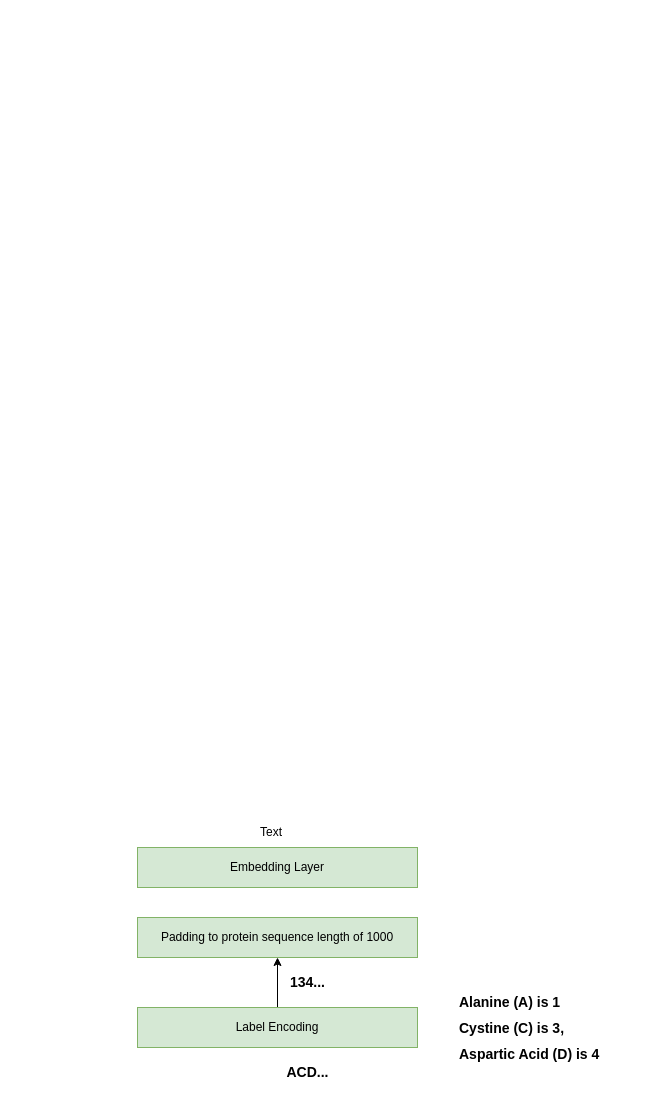
Above: URV deliverable/Protein branch.drawio in YoussefEzz/GraphDTA_forked (draw.io), before the change. Source tidied: cells renumbered, new cells numbered last; positions are measured from the earlier drawing's top-left corner, leaving out a move shared by most shapes. Both pictures are drawn from the tidied source at 100%, with x=0, y=0 at pixel (137, 817).
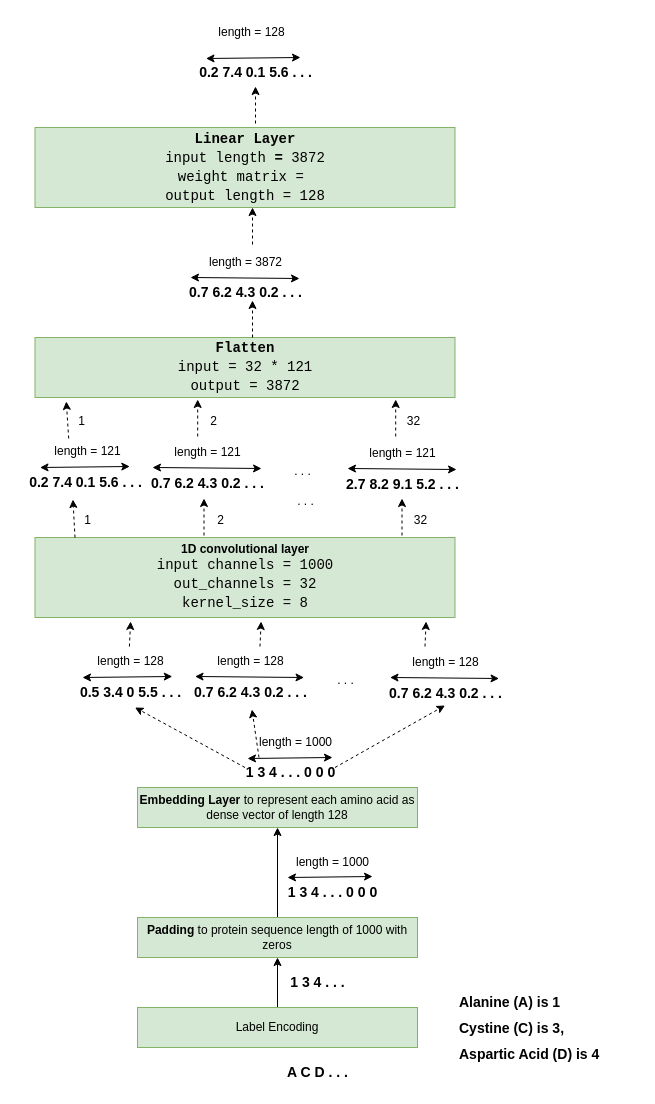
The same page after the edit.

Diff of the diagram source:
```diff
@@
+    <mxCell id="10" style="edgeStyle=orthogonalEdgeStyle;rounded=0;jettySize=auto;html=1;exitX=0.5;exitY=0;exitDx=0;exitDy=0;entryX=0.5;entryY=1;entryDx=0;entryDy=0;" parent="1" edge="1" source="4" target="9">
+      <mxGeometry relative="1" as="geometry" />
+    </mxCell>
-    <mxCell id="4" value="Padding to protein sequence length of 1000" style="rounded=0;whiteSpace=wrap;html=1;fillColor=#d5e8d4;strokeColor=#82b366;" parent="1" vertex="1">
+    <mxCell id="4" value="&lt;b&gt;Padding&lt;/b&gt; to protein sequence length of 1000 with zeros" style="rounded=0;whiteSpace=wrap;html=1;fillColor=#d5e8d4;strokeColor=#82b366;" parent="1" vertex="1">
       <mxGeometry y="100" width="280" height="40" as="geometry" />
     </mxCell>
-    <mxCell id="5" value="Text" style="text;html=1;align=center;verticalAlign=middle;whiteSpace=wrap;rounded=0;" parent="1" vertex="1">
-      <mxGeometry x="104" width="60" height="30" as="geometry" />
-    </mxCell>
-    <mxCell id="6" value="ACD..." style="text;html=1;align=center;verticalAlign=middle;strokeColor=none;fillColor=none;fontSize=14;fontStyle=1;" parent="1" vertex="1">
-      <mxGeometry x="140" y="240" width="60" height="30" as="geometry" />
+    <mxCell id="6" value="A C D . . ." style="text;html=1;align=center;verticalAlign=middle;strokeColor=none;fillColor=none;fontSize=14;fontStyle=1;" parent="1" vertex="1">
+      <mxGeometry x="140" y="240" width="80" height="30" as="geometry" />
     </mxCell>
@@
-    <mxCell id="8" value="134..." style="text;html=1;align=center;verticalAlign=middle;strokeColor=none;fillColor=none;fontSize=14;fontStyle=1;" parent="1" vertex="1">
-      <mxGeometry x="140" y="150" width="60" height="30" as="geometry" />
+    <mxCell id="8" value="1 3 4 . . ." style="text;html=1;align=center;verticalAlign=middle;strokeColor=none;fillColor=none;fontSize=14;fontStyle=1;" parent="1" vertex="1">
+      <mxGeometry x="140" y="150" width="80" height="30" as="geometry" />
     </mxCell>
-    <mxCell id="9" value="Embedding Layer" style="rounded=0;whiteSpace=wrap;html=1;fillColor=#d5e8d4;strokeColor=#82b366;" parent="1" vertex="1">
-      <mxGeometry y="30" width="280" height="40" as="geometry" />
+    <mxCell id="9" value="&lt;b&gt;Embedding Layer &lt;/b&gt;to represent each amino acid as dense vector of length 128" style="rounded=0;whiteSpace=wrap;html=1;fillColor=#d5e8d4;strokeColor=#82b366;" parent="1" vertex="1">
+      <mxGeometry y="-30" width="280" height="40" as="geometry" />
     </mxCell>
+    <mxCell id="11" value="1 3 4 . . . 0 0 0" style="text;html=1;align=center;verticalAlign=middle;points=[];strokeColor=none;fillColor=none;fontSize=14;fontStyle=1;" parent="1" vertex="1">
+      <mxGeometry x="140" y="60" width="110" height="30" as="geometry" />
+    </mxCell>
+    <mxCell id="12" style="endArrow=classic;startArrow=classic;html=1;rounded=0;entryX=0.864;entryY=-0.033;entryDx=0;entryDy=0;entryPerimeter=0;" parent="1" edge="1" target="11">
+      <mxGeometry relative="1" as="geometry">
+        <mxPoint x="150" y="60" as="sourcePoint" />
+      </mxGeometry>
+    </mxCell>
+    <mxCell id="13" value="length = 1000" style="text;html=1;align=center;verticalAlign=middle;strokeColor=none;fillColor=none;" parent="1" vertex="1">
+      <mxGeometry x="145" y="30" width="100" height="30" as="geometry" />
+    </mxCell>
+    <mxCell id="14" style="endArrow=classic;html=1;rounded=0;dashed=1;" parent="1" edge="1">
+      <mxGeometry relative="1" as="geometry">
+        <mxPoint x="107.5" y="-50" as="sourcePoint" />
+        <mxPoint x="-2.5" y="-110" as="targetPoint" />
+      </mxGeometry>
+    </mxCell>
+    <mxCell id="15" value="1 3 4 . . . 0 0 0" style="text;html=1;align=center;verticalAlign=middle;strokeColor=none;fillColor=none;fontSize=14;fontStyle=1;" parent="1" vertex="1">
+      <mxGeometry x="97.5" y="-60" width="110" height="30" as="geometry" />
+    </mxCell>
+    <mxCell id="16" value="0.5 3.4 0 5.5 . . ." style="text;html=1;align=center;verticalAlign=middle;strokeColor=none;fillColor=none;fontSize=14;fontStyle=1;" parent="1" vertex="1">
+      <mxGeometry x="-67.5" y="-140" width="120" height="30" as="geometry" />
+    </mxCell>
+    <mxCell id="17" value="length = 1000" style="text;html=1;align=center;verticalAlign=middle;strokeColor=none;fillColor=none;" parent="1" vertex="1">
+      <mxGeometry x="107.5" y="-90" width="100" height="30" as="geometry" />
+    </mxCell>
+    <mxCell id="18" style="endArrow=classic;startArrow=classic;html=1;rounded=0;entryX=0.864;entryY=-0.033;entryDx=0;entryDy=0;entryPerimeter=0;" parent="1" edge="1">
+      <mxGeometry relative="1" as="geometry">
+        <mxPoint x="110" y="-59" as="sourcePoint" />
+        <mxPoint x="195" y="-60" as="targetPoint" />
+      </mxGeometry>
+    </mxCell>
+    <mxCell id="19" value="length = 128" style="text;html=1;align=center;verticalAlign=middle;points=[];strokeColor=none;fillColor=none;" parent="1" vertex="1">
+      <mxGeometry x="-52.5" y="-171" width="90" height="30" as="geometry" />
+    </mxCell>
+    <mxCell id="20" style="endArrow=classic;startArrow=classic;html=1;rounded=0;entryX=0.97;entryY=1;entryDx=0;entryDy=0;entryPerimeter=0;" parent="1" edge="1" target="19">
+      <mxGeometry relative="1" as="geometry">
+        <mxPoint x="-55" y="-140" as="sourcePoint" />
+      </mxGeometry>
+    </mxCell>
+    <mxCell id="21" style="endArrow=classic;html=1;rounded=0;dashed=1;entryX=0.514;entryY=1.067;entryDx=0;entryDy=0;entryPerimeter=0;" parent="1" edge="1" target="22">
+      <mxGeometry relative="1" as="geometry">
+        <mxPoint x="121.5" y="-60" as="sourcePoint" />
+      </mxGeometry>
+    </mxCell>
+    <mxCell id="22" value="0.7 6.2 4.3 0.2 . . ." style="text;html=1;align=center;verticalAlign=middle;points=[];strokeColor=none;fillColor=none;fontSize=14;fontStyle=1;" parent="1" vertex="1">
+      <mxGeometry x="42.5" y="-140" width="140" height="30" as="geometry" />
+    </mxCell>
+    <mxCell id="23" value="length = 128" style="text;html=1;align=center;verticalAlign=middle;points=[];strokeColor=none;fillColor=none;" parent="1" vertex="1">
+      <mxGeometry x="67.5" y="-171" width="90" height="30" as="geometry" />
+    </mxCell>
+    <mxCell id="24" style="endArrow=classic;startArrow=classic;html=1;rounded=0;entryX=0.886;entryY=0;entryDx=0;entryDy=0;entryPerimeter=0;" parent="1" edge="1" target="22">
+      <mxGeometry relative="1" as="geometry">
+        <mxPoint x="57.5" y="-141" as="sourcePoint" />
+      </mxGeometry>
+    </mxCell>
+    <mxCell id="25" value=". . ." style="text;html=1;align=center;verticalAlign=middle;strokeColor=none;fillColor=none;" parent="1" vertex="1">
+      <mxGeometry x="187.5" y="-152" width="40" height="30" as="geometry" />
+    </mxCell>
+    <mxCell id="26" value="0.7 6.2 4.3 0.2 . . ." style="text;html=1;align=center;verticalAlign=middle;points=[];strokeColor=none;fillColor=none;fontSize=14;fontStyle=1;" parent="1" vertex="1">
+      <mxGeometry x="237.5" y="-139" width="140" height="30" as="geometry" />
+    </mxCell>
+    <mxCell id="27" value="length = 128" style="text;html=1;align=center;verticalAlign=middle;strokeColor=none;fillColor=none;" parent="1" vertex="1">
+      <mxGeometry x="262.5" y="-170" width="90" height="30" as="geometry" />
+    </mxCell>
+    <mxCell id="28" style="endArrow=classic;startArrow=classic;html=1;rounded=0;entryX=0.886;entryY=0;entryDx=0;entryDy=0;entryPerimeter=0;" parent="1" edge="1" target="26">
+      <mxGeometry relative="1" as="geometry">
+        <mxPoint x="252.5" y="-140" as="sourcePoint" />
+      </mxGeometry>
+    </mxCell>
+    <mxCell id="29" style="endArrow=classic;html=1;rounded=0;dashed=1;entryX=0.5;entryY=0.9;entryDx=0;entryDy=0;entryPerimeter=0;" parent="1" edge="1" target="26">
+      <mxGeometry relative="1" as="geometry">
+        <mxPoint x="197.5" y="-50" as="sourcePoint" />
+      </mxGeometry>
+    </mxCell>
+    <mxCell id="30" value="&lt;b&gt;1D convolutional layer&lt;/b&gt;&lt;div&gt;&lt;div style=&quot;font-family: Consolas, &amp;quot;Courier New&amp;quot;, monospace; font-size: 14px; line-height: 19px; white-space: pre;&quot;&gt;&lt;font color=&quot;#050505&quot;&gt;input channels = 1000&lt;/font&gt;&lt;/div&gt;&lt;div style=&quot;font-family: Consolas, &amp;quot;Courier New&amp;quot;, monospace; font-size: 14px; line-height: 19px; white-space: pre;&quot;&gt;&lt;font color=&quot;#050505&quot;&gt;out_channels = 32&lt;/font&gt;&lt;/div&gt;&lt;div style=&quot;font-family: Consolas, &amp;quot;Courier New&amp;quot;, monospace; font-size: 14px; line-height: 19px; white-space: pre;&quot;&gt;&lt;font color=&quot;#050505&quot;&gt;kernel_size = 8&lt;/font&gt;&lt;/div&gt;&lt;/div&gt;" style="rounded=0;whiteSpace=wrap;html=1;fillColor=#d5e8d4;strokeColor=#82b366;" parent="1" vertex="1">
+      <mxGeometry x="-102.5" y="-280" width="420" height="80" as="geometry" />
+    </mxCell>
+    <mxCell id="31" style="endArrow=classic;html=1;rounded=0;dashed=1;entryX=0.508;entryY=1.1;entryDx=0;entryDy=0;entryPerimeter=0;exitX=0.611;exitY=0;exitDx=0;exitDy=0;exitPerimeter=0;" parent="1" edge="1" source="23">
+      <mxGeometry relative="1" as="geometry">
+        <mxPoint x="123.6" y="-196" as="targetPoint" />
+      </mxGeometry>
+    </mxCell>
+    <mxCell id="32" style="endArrow=classic;html=1;rounded=0;dashed=1;entryX=0.508;entryY=1.1;entryDx=0;entryDy=0;entryPerimeter=0;exitX=0.611;exitY=0;exitDx=0;exitDy=0;exitPerimeter=0;" parent="1" edge="1">
+      <mxGeometry relative="1" as="geometry">
+        <mxPoint x="-8.1" y="-171" as="sourcePoint" />
+        <mxPoint x="-6.9" y="-196" as="targetPoint" />
+      </mxGeometry>
+    </mxCell>
+    <mxCell id="33" style="endArrow=classic;html=1;rounded=0;dashed=1;entryX=0.508;entryY=1.1;entryDx=0;entryDy=0;entryPerimeter=0;exitX=0.611;exitY=0;exitDx=0;exitDy=0;exitPerimeter=0;" parent="1" edge="1">
+      <mxGeometry relative="1" as="geometry">
+        <mxPoint x="287.5" y="-171" as="sourcePoint" />
+        <mxPoint x="288.6" y="-196" as="targetPoint" />
+      </mxGeometry>
+    </mxCell>
+    <mxCell id="34" value="0.2 7.4 0.1 5.6 . . .&amp;nbsp;" style="text;html=1;align=center;verticalAlign=middle;points=[];strokeColor=none;fillColor=none;fontSize=14;fontStyle=1;" parent="1" vertex="1">
+      <mxGeometry x="-120" y="-350" width="140" height="30" as="geometry" />
+    </mxCell>
+    <mxCell id="35" value="length = 121" style="text;html=1;align=center;verticalAlign=middle;points=[];strokeColor=none;fillColor=none;" parent="1" vertex="1">
+      <mxGeometry x="-95" y="-381" width="90" height="30" as="geometry" />
+    </mxCell>
+    <mxCell id="36" style="endArrow=classic;startArrow=classic;html=1;rounded=0;entryX=0.97;entryY=1;entryDx=0;entryDy=0;entryPerimeter=0;" parent="1" edge="1" target="35">
+      <mxGeometry relative="1" as="geometry">
+        <mxPoint x="-97.5" y="-350" as="sourcePoint" />
+      </mxGeometry>
+    </mxCell>
+    <mxCell id="37" value="0.7 6.2 4.3 0.2 . . ." style="text;html=1;align=center;verticalAlign=middle;points=[];strokeColor=none;fillColor=none;fontSize=14;fontStyle=1;" parent="1" vertex="1">
+      <mxGeometry y="-349" width="140" height="30" as="geometry" />
+    </mxCell>
+    <mxCell id="38" value="length = 121" style="text;html=1;align=center;verticalAlign=middle;strokeColor=none;fillColor=none;" parent="1" vertex="1">
+      <mxGeometry x="25" y="-380" width="90" height="30" as="geometry" />
+    </mxCell>
+    <mxCell id="39" style="endArrow=classic;startArrow=classic;html=1;rounded=0;entryX=0.886;entryY=0;entryDx=0;entryDy=0;entryPerimeter=0;" parent="1" edge="1" target="37">
+      <mxGeometry relative="1" as="geometry">
+        <mxPoint x="15" y="-350" as="sourcePoint" />
+      </mxGeometry>
+    </mxCell>
+    <mxCell id="40" value=". . ." style="text;html=1;align=center;verticalAlign=middle;strokeColor=none;fillColor=none;" parent="1" vertex="1">
+      <mxGeometry x="145" y="-361" width="40" height="30" as="geometry" />
+    </mxCell>
+    <mxCell id="41" value="2.7 8.2 9.1 5.2 . . ." style="text;html=1;align=center;verticalAlign=middle;points=[];strokeColor=none;fillColor=none;fontSize=14;fontStyle=1;" parent="1" vertex="1">
+      <mxGeometry x="195" y="-348" width="140" height="30" as="geometry" />
+    </mxCell>
+    <mxCell id="42" value="length = 121" style="text;html=1;align=center;verticalAlign=middle;strokeColor=none;fillColor=none;" parent="1" vertex="1">
+      <mxGeometry x="220" y="-379" width="90" height="30" as="geometry" />
+    </mxCell>
+    <mxCell id="43" style="endArrow=classic;startArrow=classic;html=1;rounded=0;entryX=0.886;entryY=0;entryDx=0;entryDy=0;entryPerimeter=0;" parent="1" edge="1" target="41">
+      <mxGeometry relative="1" as="geometry">
+        <mxPoint x="210" y="-349" as="sourcePoint" />
+      </mxGeometry>
+    </mxCell>
+    <mxCell id="44" style="endArrow=classic;html=1;rounded=0;dashed=1;entryX=0.396;entryY=1.067;entryDx=0;entryDy=0;entryPerimeter=0;exitX=0.611;exitY=0;exitDx=0;exitDy=0;exitPerimeter=0;" parent="1" edge="1" target="34">
+      <mxGeometry relative="1" as="geometry">
+        <mxPoint x="-62.5" y="-280" as="sourcePoint" />
+      </mxGeometry>
+    </mxCell>
+    <mxCell id="45" style="endArrow=classic;html=1;rounded=0;dashed=1;entryX=0.396;entryY=1.067;entryDx=0;entryDy=0;entryPerimeter=0;exitX=0.611;exitY=0;exitDx=0;exitDy=0;exitPerimeter=0;" parent="1" edge="1">
+      <mxGeometry relative="1" as="geometry">
+        <mxPoint x="66.5" y="-282" as="sourcePoint" />
+        <mxPoint x="66.5" y="-319" as="targetPoint" />
+      </mxGeometry>
+    </mxCell>
+    <mxCell id="46" style="endArrow=classic;html=1;rounded=0;dashed=1;entryX=0.396;entryY=1.067;entryDx=0;entryDy=0;entryPerimeter=0;exitX=0.611;exitY=0;exitDx=0;exitDy=0;exitPerimeter=0;" parent="1" edge="1">
+      <mxGeometry relative="1" as="geometry">
+        <mxPoint x="264.5" y="-282" as="sourcePoint" />
+        <mxPoint x="264.5" y="-319" as="targetPoint" />
+      </mxGeometry>
+    </mxCell>
+    <mxCell id="47" value=". . ." style="text;html=1;align=center;verticalAlign=middle;strokeColor=none;fillColor=none;" parent="1" vertex="1">
+      <mxGeometry x="147.5" y="-331" width="40" height="30" as="geometry" />
+    </mxCell>
+    <mxCell id="48" value="1" style="text;html=1;align=center;verticalAlign=middle;strokeColor=none;fillColor=none;" parent="1" vertex="1">
+      <mxGeometry x="-65" y="-312" width="30" height="30" as="geometry" />
+    </mxCell>
+    <mxCell id="49" value="2" style="text;html=1;align=center;verticalAlign=middle;strokeColor=none;fillColor=none;" parent="1" vertex="1">
+      <mxGeometry x="67.5" y="-312" width="30" height="30" as="geometry" />
+    </mxCell>
+    <mxCell id="50" value="32" style="text;html=1;align=center;verticalAlign=middle;strokeColor=none;fillColor=none;" parent="1" vertex="1">
+      <mxGeometry x="262.5" y="-312" width="40" height="30" as="geometry" />
+    </mxCell>
+    <mxCell id="51" value="&lt;div&gt;&lt;div style=&quot;font-family: Consolas, &amp;quot;Courier New&amp;quot;, monospace; font-size: 14px; line-height: 19px; white-space: pre;&quot;&gt;&lt;b&gt;&lt;br&gt;&lt;/b&gt;&lt;/div&gt;&lt;div style=&quot;font-family: Consolas, &amp;quot;Courier New&amp;quot;, monospace; font-size: 14px; line-height: 19px; white-space: pre;&quot;&gt;&lt;b&gt;Linear Layer&lt;/b&gt;&lt;/div&gt;&lt;/div&gt;&lt;div style=&quot;font-family: Consolas, &amp;quot;Courier New&amp;quot;, monospace; font-size: 14px; line-height: 19px; white-space: pre;&quot;&gt;input&lt;b&gt; &lt;/b&gt;length&lt;b&gt; =&lt;/b&gt; 3872&lt;/div&gt;&lt;div style=&quot;font-family: Consolas, &amp;quot;Courier New&amp;quot;, monospace; font-size: 14px; line-height: 19px; white-space: pre;&quot;&gt;weight matrix = &lt;/div&gt;&lt;div style=&quot;font-family: Consolas, &amp;quot;Courier New&amp;quot;, monospace; font-size: 14px; line-height: 19px; white-space: pre;&quot;&gt;output length = 128&lt;/div&gt;&lt;div style=&quot;font-family: Consolas, &amp;quot;Courier New&amp;quot;, monospace; font-size: 14px; line-height: 19px; white-space: pre;&quot;&gt;&lt;br&gt;&lt;/div&gt;" style="rounded=0;whiteSpace=wrap;html=1;fillColor=#d5e8d4;strokeColor=#82b366;" parent="1" vertex="1">
+      <mxGeometry x="-102.5" y="-690" width="420" height="80" as="geometry" />
+    </mxCell>
+    <mxCell id="52" style="endArrow=classic;html=1;rounded=0;dashed=1;entryX=0.396;entryY=1.067;entryDx=0;entryDy=0;entryPerimeter=0;exitX=0.611;exitY=0;exitDx=0;exitDy=0;exitPerimeter=0;" parent="1" edge="1">
+      <mxGeometry relative="1" as="geometry">
+        <mxPoint x="-68.8" y="-379" as="sourcePoint" />
+        <mxPoint x="-71.2" y="-416" as="targetPoint" />
+      </mxGeometry>
+    </mxCell>
+    <mxCell id="53" style="endArrow=classic;html=1;rounded=0;dashed=1;entryX=0.396;entryY=1.067;entryDx=0;entryDy=0;entryPerimeter=0;exitX=0.611;exitY=0;exitDx=0;exitDy=0;exitPerimeter=0;" parent="1" edge="1">
+      <mxGeometry relative="1" as="geometry">
+        <mxPoint x="60.2" y="-381" as="sourcePoint" />
+        <mxPoint x="60.2" y="-418" as="targetPoint" />
+      </mxGeometry>
+    </mxCell>
+    <mxCell id="54" style="endArrow=classic;html=1;rounded=0;dashed=1;entryX=0.396;entryY=1.067;entryDx=0;entryDy=0;entryPerimeter=0;exitX=0.611;exitY=0;exitDx=0;exitDy=0;exitPerimeter=0;" parent="1" edge="1">
+      <mxGeometry relative="1" as="geometry">
+        <mxPoint x="258.2" y="-381" as="sourcePoint" />
+        <mxPoint x="258.2" y="-418" as="targetPoint" />
+      </mxGeometry>
+    </mxCell>
+    <mxCell id="55" value="1" style="text;html=1;align=center;verticalAlign=middle;strokeColor=none;fillColor=none;" parent="1" vertex="1">
+      <mxGeometry x="-71.2" y="-411" width="30" height="30" as="geometry" />
+    </mxCell>
+    <mxCell id="56" value="2" style="text;html=1;align=center;verticalAlign=middle;strokeColor=none;fillColor=none;" parent="1" vertex="1">
+      <mxGeometry x="61.2" y="-411" width="30" height="30" as="geometry" />
+    </mxCell>
+    <mxCell id="57" value="32" style="text;html=1;align=center;verticalAlign=middle;strokeColor=none;fillColor=none;" parent="1" vertex="1">
+      <mxGeometry x="256.2" y="-411" width="40" height="30" as="geometry" />
+    </mxCell>
+    <mxCell id="58" style="endArrow=classic;html=1;rounded=0;dashed=1;entryX=0.396;entryY=1.067;entryDx=0;entryDy=0;entryPerimeter=0;exitX=0.611;exitY=0;exitDx=0;exitDy=0;exitPerimeter=0;" parent="1" edge="1">
+      <mxGeometry relative="1" as="geometry">
+        <mxPoint x="118" y="-694" as="sourcePoint" />
+        <mxPoint x="118" y="-731" as="targetPoint" />
+      </mxGeometry>
+    </mxCell>
+    <mxCell id="59" value="0.2 7.4 0.1 5.6 . . .&amp;nbsp;" style="text;html=1;align=center;verticalAlign=middle;strokeColor=none;fillColor=none;fontSize=14;fontStyle=1;" parent="1" vertex="1">
+      <mxGeometry x="50" y="-760" width="140" height="30" as="geometry" />
+    </mxCell>
+    <mxCell id="60" value="length = 128" style="text;html=1;align=center;verticalAlign=middle;strokeColor=none;fillColor=none;" parent="1" vertex="1">
+      <mxGeometry x="68.5" y="-800" width="90" height="30" as="geometry" />
+    </mxCell>
+    <mxCell id="61" style="endArrow=classic;startArrow=classic;html=1;rounded=0;entryX=0.97;entryY=1;entryDx=0;entryDy=0;entryPerimeter=0;" parent="1" edge="1">
+      <mxGeometry relative="1" as="geometry">
+        <mxPoint x="68.5" y="-759" as="sourcePoint" />
+        <mxPoint x="163" y="-760" as="targetPoint" />
+      </mxGeometry>
+    </mxCell>
+    <mxCell id="62" value="&lt;div&gt;&lt;div style=&quot;font-family: Consolas, &amp;quot;Courier New&amp;quot;, monospace; font-size: 14px; line-height: 19px; white-space: pre;&quot;&gt;&lt;b&gt;Flatten&lt;/b&gt;&lt;/div&gt;&lt;/div&gt;&lt;div style=&quot;font-family: Consolas, &amp;quot;Courier New&amp;quot;, monospace; font-size: 14px; line-height: 19px; white-space: pre;&quot;&gt;input = 32 * 121&lt;/div&gt;&lt;div style=&quot;font-family: Consolas, &amp;quot;Courier New&amp;quot;, monospace; font-size: 14px; line-height: 19px; white-space: pre;&quot;&gt;output = 3872&lt;/div&gt;" style="rounded=0;whiteSpace=wrap;html=1;fillColor=#d5e8d4;strokeColor=#82b366;" parent="1" vertex="1">
+      <mxGeometry x="-102.5" y="-480" width="420" height="60" as="geometry" />
+    </mxCell>
+    <mxCell id="63" value="0.7 6.2 4.3 0.2 . . ." style="text;html=1;align=center;verticalAlign=middle;strokeColor=none;fillColor=none;fontSize=14;fontStyle=1;" parent="1" vertex="1">
+      <mxGeometry x="38" y="-540" width="140" height="30" as="geometry" />
+    </mxCell>
+    <mxCell id="64" value="length = 3872" style="text;html=1;align=center;verticalAlign=middle;strokeColor=none;fillColor=none;" parent="1" vertex="1">
+      <mxGeometry x="58" y="-570" width="100" height="30" as="geometry" />
+    </mxCell>
+    <mxCell id="65" style="endArrow=classic;startArrow=classic;html=1;rounded=0;entryX=0.886;entryY=0;entryDx=0;entryDy=0;entryPerimeter=0;" parent="1" edge="1">
+      <mxGeometry relative="1" as="geometry">
+        <mxPoint x="53" y="-540" as="sourcePoint" />
+        <mxPoint x="162" y="-539" as="targetPoint" />
+      </mxGeometry>
+    </mxCell>
+    <mxCell id="66" style="endArrow=classic;html=1;rounded=0;dashed=1;entryX=0.396;entryY=1.067;entryDx=0;entryDy=0;entryPerimeter=0;exitX=0.611;exitY=0;exitDx=0;exitDy=0;exitPerimeter=0;" parent="1" edge="1">
+      <mxGeometry relative="1" as="geometry">
+        <mxPoint x="115" y="-573" as="sourcePoint" />
+        <mxPoint x="115" y="-610" as="targetPoint" />
+      </mxGeometry>
+    </mxCell>
+    <mxCell id="67" style="endArrow=classic;html=1;rounded=0;dashed=1;entryX=0.396;entryY=1.067;entryDx=0;entryDy=0;entryPerimeter=0;exitX=0.611;exitY=0;exitDx=0;exitDy=0;exitPerimeter=0;" parent="1" edge="1">
+      <mxGeometry relative="1" as="geometry">
+        <mxPoint x="115" y="-480" as="sourcePoint" />
+        <mxPoint x="115" y="-517" as="targetPoint" />
+      </mxGeometry>
+    </mxCell>
```
